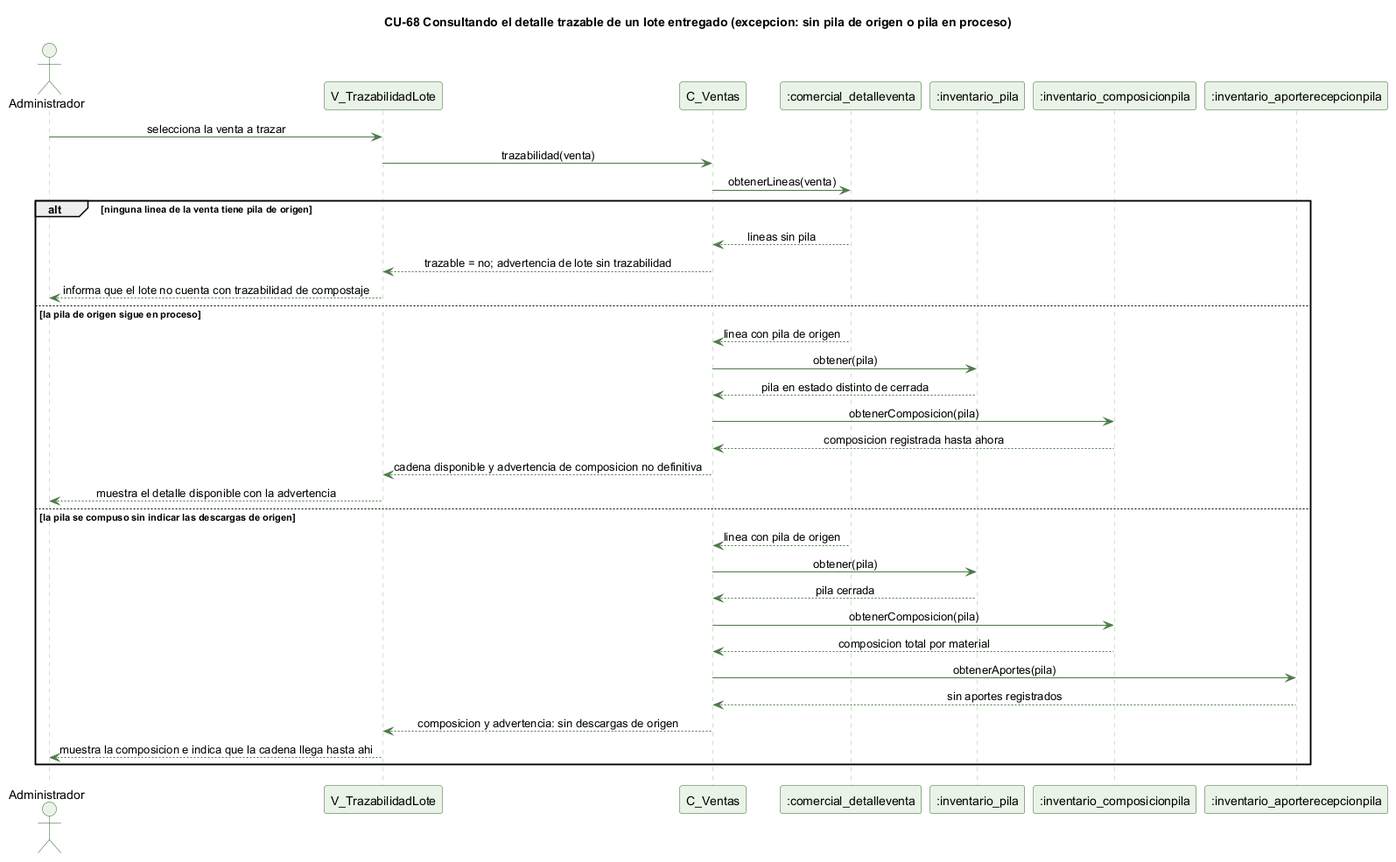
Above: docs/trabajo-grupal/diagramas/secuencias/cu68-trazabilidad-lote-excepcion.png in kenjikaese/Triverde (PlantUML), before the change. Source of this version:
```plantuml
@startuml cu68-trazabilidad-lote-excepcion
skinparam backgroundColor #FFFFFF
skinparam shadowing false
skinparam defaultFontName Helvetica
skinparam sequenceMessageAlign center
skinparam ParticipantBackgroundColor #EAF3E7
skinparam ParticipantBorderColor #2E5E2A
skinparam ActorBackgroundColor #EAF3E7
skinparam ActorBorderColor #2E5E2A
skinparam sequenceLifeLineBorderColor #9CC49A
skinparam ArrowColor #4B7A46

title CU-68 Consultando el detalle trazable de un lote entregado (excepcion: sin pila de origen o pila en proceso)

actor Administrador
participant "V_TrazabilidadLote" as V
participant "C_Ventas" as C
participant ":comercial_detalleventa" as DV
participant ":inventario_pila" as PI
participant ":inventario_composicionpila" as CP
participant ":inventario_aporterecepcionpila" as AR

Administrador -> V : selecciona la venta a trazar
V -> C : trazabilidad(venta)
C -> DV : obtenerLineas(venta)
alt ninguna linea de la venta tiene pila de origen
  DV --> C : lineas sin pila
  C --> V : trazable = no; advertencia de lote sin trazabilidad
  V --> Administrador : informa que el lote no cuenta con trazabilidad de compostaje
else la pila de origen sigue en proceso
  DV --> C : linea con pila de origen
  C -> PI : obtener(pila)
  PI --> C : pila en estado distinto de cerrada
  C -> CP : obtenerComposicion(pila)
  CP --> C : composicion registrada hasta ahora
  C --> V : cadena disponible y advertencia de composicion no definitiva
  V --> Administrador : muestra el detalle disponible con la advertencia
else la pila se compuso sin indicar las descargas de origen
  DV --> C : linea con pila de origen
  C -> PI : obtener(pila)
  PI --> C : pila cerrada
  C -> CP : obtenerComposicion(pila)
  CP --> C : composicion total por material
  C -> AR : obtenerAportes(pila)
  AR --> C : sin aportes registrados
  C --> V : composicion y advertencia: sin descargas de origen
  V --> Administrador : muestra la composicion e indica que la cadena llega hasta ahi
end

@enduml
```
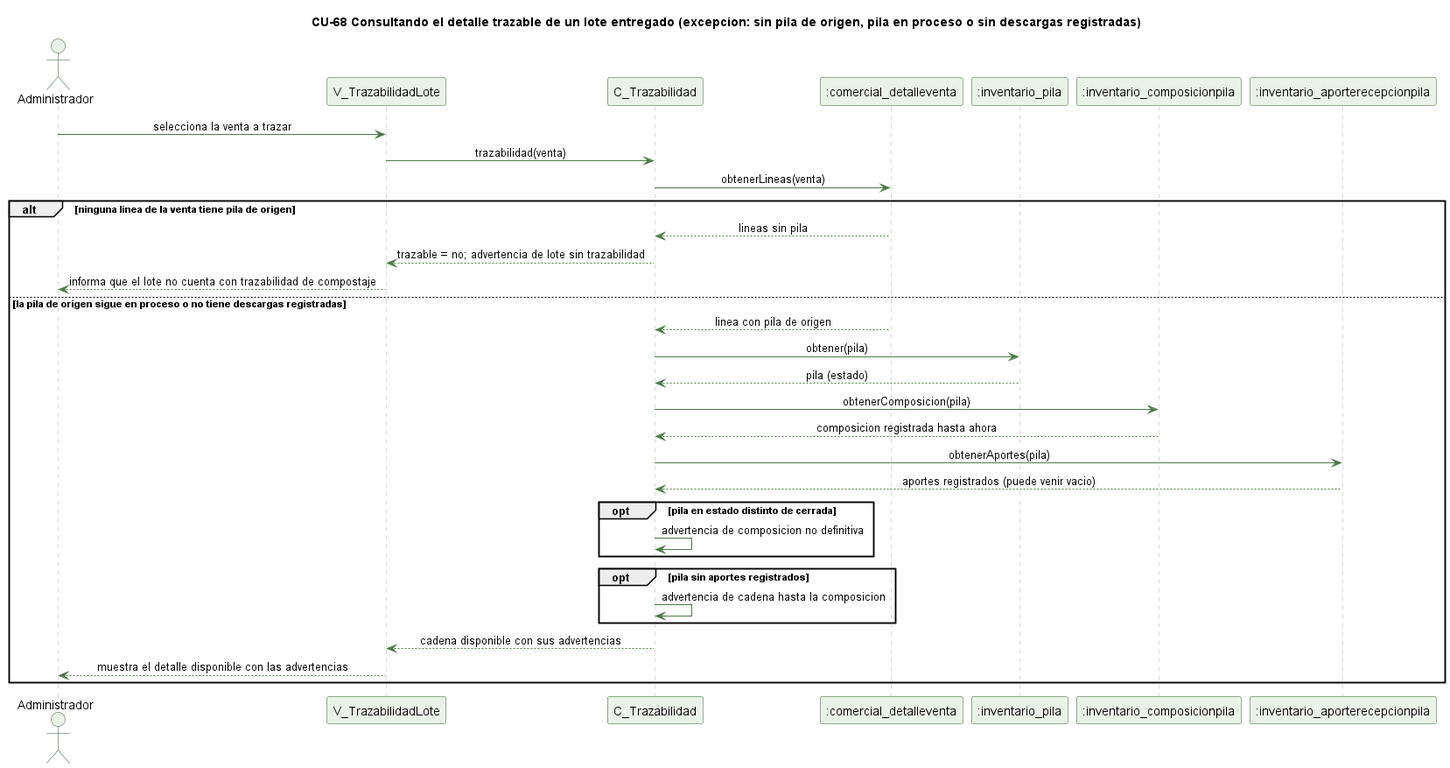
The same file after the commit.

Diff of the diagram source:
```diff
@@ -10,15 +10,15 @@
 skinparam sequenceLifeLineBorderColor #9CC49A
 skinparam ArrowColor #4B7A46
 
-title CU-68 Consultando el detalle trazable de un lote entregado (excepcion: sin pila de origen o pila en proceso)
+title CU-68 Consultando el detalle trazable de un lote entregado (excepcion: sin pila de origen, pila en proceso o sin descargas registradas)
 
 actor Administrador
 participant "V_TrazabilidadLote" as V
-participant "C_Ventas" as C
+participant "C_Trazabilidad" as C
 participant ":comercial_detalleventa" as DV
 participant ":inventario_pila" as PI
 participant ":inventario_composicionpila" as CP
-participant ":inventario_aporterecepcionpila" as AR
+participant ":inventario_aporterecepcionpila" as AP
 
 Administrador -> V : selecciona la venta a trazar
 V -> C : trazabilidad(venta)
@@ -27,24 +27,22 @@
   DV --> C : lineas sin pila
   C --> V : trazable = no; advertencia de lote sin trazabilidad
   V --> Administrador : informa que el lote no cuenta con trazabilidad de compostaje
-else la pila de origen sigue en proceso
+else la pila de origen sigue en proceso o no tiene descargas registradas
   DV --> C : linea con pila de origen
   C -> PI : obtener(pila)
-  PI --> C : pila en estado distinto de cerrada
+  PI --> C : pila (estado)
   C -> CP : obtenerComposicion(pila)
   CP --> C : composicion registrada hasta ahora
-  C --> V : cadena disponible y advertencia de composicion no definitiva
-  V --> Administrador : muestra el detalle disponible con la advertencia
-else la pila se compuso sin indicar las descargas de origen
-  DV --> C : linea con pila de origen
-  C -> PI : obtener(pila)
-  PI --> C : pila cerrada
-  C -> CP : obtenerComposicion(pila)
-  CP --> C : composicion total por material
-  C -> AR : obtenerAportes(pila)
-  AR --> C : sin aportes registrados
-  C --> V : composicion y advertencia: sin descargas de origen
-  V --> Administrador : muestra la composicion e indica que la cadena llega hasta ahi
+  C -> AP : obtenerAportes(pila)
+  AP --> C : aportes registrados (puede venir vacio)
+  opt pila en estado distinto de cerrada
+    C -> C : advertencia de composicion no definitiva
+  end
+  opt pila sin aportes registrados
+    C -> C : advertencia de cadena hasta la composicion
+  end
+  C --> V : cadena disponible con sus advertencias
+  V --> Administrador : muestra el detalle disponible con las advertencias
 end
 
 @enduml
```
